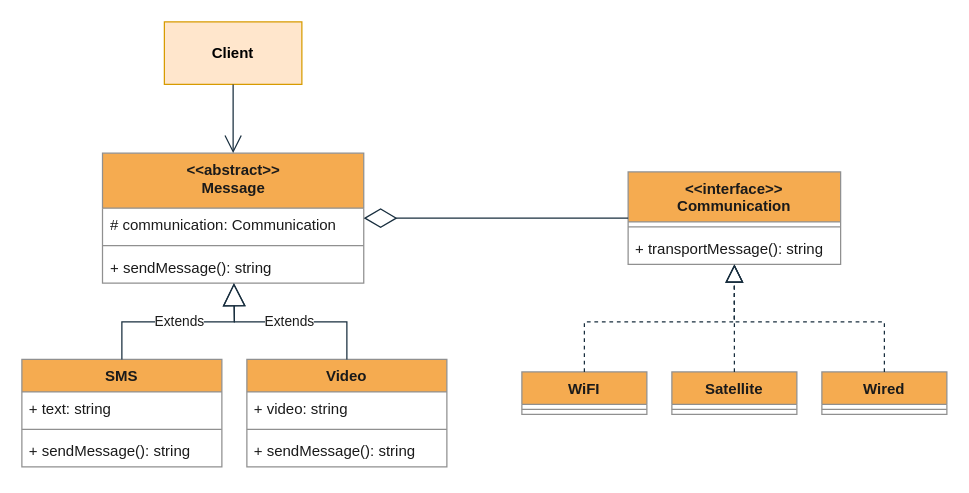
Earlier version of the draw.io diagram diagrams/structural/1bridge.drawio (Vlas1d/BasePatterns). Source tidied: cells renumbered, new cells numbered last; positions are measured from the earlier drawing's top-left corner, leaving out a move shared by most shapes. Both pictures are drawn from the tidied source at 125%, with x=0, y=0 at pixel (21, 21).
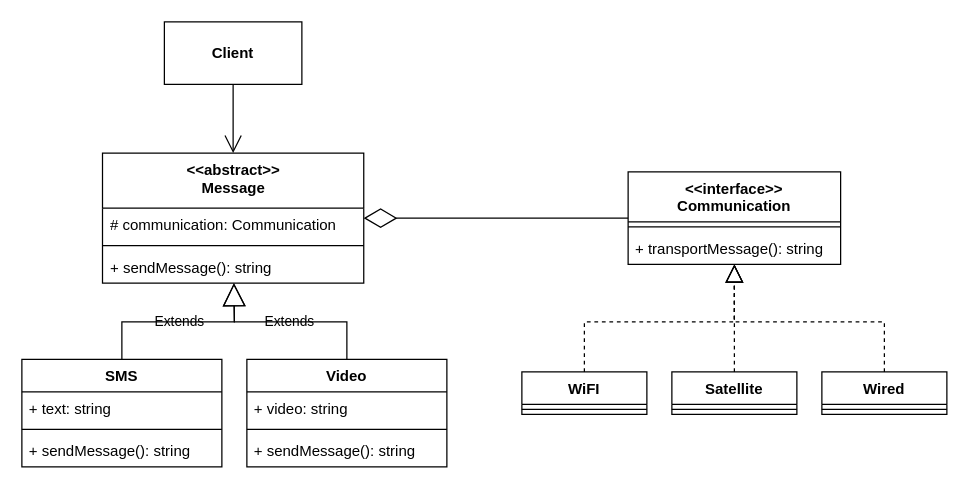
After the change.

Commit message (it also covers changes not shown here):
flyweight (code&diagram)

Change to the diagram source:
```diff
@@
-    <mxCell id="2" value="&lt;b&gt;Client&lt;/b&gt;" style="html=1;whiteSpace=wrap;fillColor=#ffe6cc;strokeColor=#d79b00;labelBackgroundColor=none;" parent="1" vertex="1">
+    <mxCell id="2" value="&lt;b&gt;Client&lt;/b&gt;" style="html=1;whiteSpace=wrap;labelBackgroundColor=none;" parent="1" vertex="1">
       <mxGeometry x="114" width="110" height="50" as="geometry" />
     </mxCell>
-    <mxCell id="3" value="&amp;lt;&amp;lt;abstract&amp;gt;&amp;gt;&lt;br&gt;Message" style="swimlane;fontStyle=1;align=center;verticalAlign=top;horizontal=1;startSize=44;whiteSpace=wrap;html=1;labelBackgroundColor=none;fillColor=#F5AB50;strokeColor=#909090;fontColor=#1A1A1A;" parent="1" vertex="1">
+    <mxCell id="3" value="&amp;lt;&amp;lt;abstract&amp;gt;&amp;gt;&lt;br&gt;Message" style="swimlane;fontStyle=1;align=center;verticalAlign=top;horizontal=1;startSize=44;whiteSpace=wrap;html=1;labelBackgroundColor=none;" parent="1" vertex="1">
       <mxGeometry x="64.5" y="105" width="209" height="104" as="geometry" />
     </mxCell>
-    <mxCell id="4" value="# communication: Communication" style="text;strokeColor=none;fillColor=none;align=left;verticalAlign=top;spacingLeft=4;spacingRight=4;overflow=hidden;whiteSpace=wrap;html=1;labelBackgroundColor=none;fontColor=#1A1A1A;" parent="3" vertex="1">
+    <mxCell id="4" value="# communication: Communication" style="text;strokeColor=none;fillColor=none;align=left;verticalAlign=top;spacingLeft=4;spacingRight=4;overflow=hidden;whiteSpace=wrap;html=1;labelBackgroundColor=none;" parent="3" vertex="1">
       <mxGeometry y="44" width="209" height="26" as="geometry" />
     </mxCell>
-    <mxCell id="5" style="line;strokeWidth=1;fillColor=none;align=left;verticalAlign=middle;spacingTop=-1;spacingLeft=3;spacingRight=3;labelPosition=right;strokeColor=#909090;labelBackgroundColor=none;fontColor=#1A1A1A;" parent="3" vertex="1">
+    <mxCell id="5" style="line;strokeWidth=1;fillColor=none;align=left;verticalAlign=middle;spacingTop=-1;spacingLeft=3;spacingRight=3;labelPosition=right;labelBackgroundColor=none;" parent="3" vertex="1">
       <mxGeometry y="70" width="209" height="8" as="geometry" />
     </mxCell>
-    <mxCell id="6" value="+ sendMessage(): string" style="text;strokeColor=none;fillColor=none;align=left;verticalAlign=top;spacingLeft=4;spacingRight=4;overflow=hidden;whiteSpace=wrap;html=1;labelBackgroundColor=none;fontColor=#1A1A1A;" parent="3" vertex="1">
+    <mxCell id="6" value="+ sendMessage(): string" style="text;strokeColor=none;fillColor=none;align=left;verticalAlign=top;spacingLeft=4;spacingRight=4;overflow=hidden;whiteSpace=wrap;html=1;labelBackgroundColor=none;" parent="3" vertex="1">
       <mxGeometry y="78" width="209" height="26" as="geometry" />
     </mxCell>
-    <mxCell id="7" value="SMS" style="swimlane;fontStyle=1;align=center;verticalAlign=top;horizontal=1;startSize=26;whiteSpace=wrap;html=1;labelBackgroundColor=none;fillColor=#F5AB50;strokeColor=#909090;fontColor=#1A1A1A;" parent="1" vertex="1">
+    <mxCell id="7" value="SMS" style="swimlane;fontStyle=1;align=center;verticalAlign=top;horizontal=1;startSize=26;whiteSpace=wrap;html=1;labelBackgroundColor=none;" parent="1" vertex="1">
       <mxGeometry y="270" width="160" height="86" as="geometry" />
     </mxCell>
-    <mxCell id="8" value="+ text: string" style="text;strokeColor=none;fillColor=none;align=left;verticalAlign=top;spacingLeft=4;spacingRight=4;overflow=hidden;whiteSpace=wrap;html=1;labelBackgroundColor=none;fontColor=#1A1A1A;" parent="7" vertex="1">
+    <mxCell id="8" value="+ text: string" style="text;strokeColor=none;fillColor=none;align=left;verticalAlign=top;spacingLeft=4;spacingRight=4;overflow=hidden;whiteSpace=wrap;html=1;labelBackgroundColor=none;" parent="7" vertex="1">
       <mxGeometry y="26" width="160" height="26" as="geometry" />
     </mxCell>
-    <mxCell id="9" style="line;strokeWidth=1;fillColor=none;align=left;verticalAlign=middle;spacingTop=-1;spacingLeft=3;spacingRight=3;labelPosition=right;strokeColor=#909090;labelBackgroundColor=none;fontColor=#1A1A1A;" parent="7" vertex="1">
+    <mxCell id="9" style="line;strokeWidth=1;fillColor=none;align=left;verticalAlign=middle;spacingTop=-1;spacingLeft=3;spacingRight=3;labelPosition=right;labelBackgroundColor=none;" parent="7" vertex="1">
       <mxGeometry y="52" width="160" height="8" as="geometry" />
     </mxCell>
-    <mxCell id="10" value="+ sendMessage(): string" style="text;strokeColor=none;fillColor=none;align=left;verticalAlign=top;spacingLeft=4;spacingRight=4;overflow=hidden;whiteSpace=wrap;html=1;labelBackgroundColor=none;fontColor=#1A1A1A;" parent="7" vertex="1">
+    <mxCell id="10" value="+ sendMessage(): string" style="text;strokeColor=none;fillColor=none;align=left;verticalAlign=top;spacingLeft=4;spacingRight=4;overflow=hidden;whiteSpace=wrap;html=1;labelBackgroundColor=none;" parent="7" vertex="1">
       <mxGeometry y="60" width="160" height="26" as="geometry" />
     </mxCell>
-    <mxCell id="11" value="Video" style="swimlane;fontStyle=1;align=center;verticalAlign=top;horizontal=1;startSize=26;whiteSpace=wrap;html=1;labelBackgroundColor=none;fillColor=#F5AB50;strokeColor=#909090;fontColor=#1A1A1A;" parent="1" vertex="1">
+    <mxCell id="11" value="Video" style="swimlane;fontStyle=1;align=center;verticalAlign=top;horizontal=1;startSize=26;whiteSpace=wrap;html=1;labelBackgroundColor=none;" parent="1" vertex="1">
       <mxGeometry x="180" y="270" width="160" height="86" as="geometry" />
     </mxCell>
-    <mxCell id="12" value="+ video: string" style="text;strokeColor=none;fillColor=none;align=left;verticalAlign=top;spacingLeft=4;spacingRight=4;overflow=hidden;whiteSpace=wrap;html=1;labelBackgroundColor=none;fontColor=#1A1A1A;" parent="11" vertex="1">
+    <mxCell id="12" value="+ video: string" style="text;strokeColor=none;fillColor=none;align=left;verticalAlign=top;spacingLeft=4;spacingRight=4;overflow=hidden;whiteSpace=wrap;html=1;labelBackgroundColor=none;" parent="11" vertex="1">
       <mxGeometry y="26" width="160" height="26" as="geometry" />
     </mxCell>
-    <mxCell id="13" style="line;strokeWidth=1;fillColor=none;align=left;verticalAlign=middle;spacingTop=-1;spacingLeft=3;spacingRight=3;labelPosition=right;strokeColor=#909090;labelBackgroundColor=none;fontColor=#1A1A1A;" parent="11" vertex="1">
+    <mxCell id="13" style="line;strokeWidth=1;fillColor=none;align=left;verticalAlign=middle;spacingTop=-1;spacingLeft=3;spacingRight=3;labelPosition=right;labelBackgroundColor=none;" parent="11" vertex="1">
       <mxGeometry y="52" width="160" height="8" as="geometry" />
     </mxCell>
-    <mxCell id="14" value="+ sendMessage(): string" style="text;strokeColor=none;fillColor=none;align=left;verticalAlign=top;spacingLeft=4;spacingRight=4;overflow=hidden;whiteSpace=wrap;html=1;labelBackgroundColor=none;fontColor=#1A1A1A;" parent="11" vertex="1">
+    <mxCell id="14" value="+ sendMessage(): string" style="text;strokeColor=none;fillColor=none;align=left;verticalAlign=top;spacingLeft=4;spacingRight=4;overflow=hidden;whiteSpace=wrap;html=1;labelBackgroundColor=none;" parent="11" vertex="1">
       <mxGeometry y="60" width="160" height="26" as="geometry" />
     </mxCell>
-    <mxCell id="15" value="&amp;lt;&amp;lt;interface&amp;gt;&amp;gt;&lt;br&gt;Communication" style="swimlane;fontStyle=1;align=center;verticalAlign=top;horizontal=1;startSize=40;whiteSpace=wrap;html=1;labelBackgroundColor=none;fillColor=#F5AB50;strokeColor=#909090;fontColor=#1A1A1A;" parent="1" vertex="1">
+    <mxCell id="15" value="&amp;lt;&amp;lt;interface&amp;gt;&amp;gt;&lt;br&gt;Communication" style="swimlane;fontStyle=1;align=center;verticalAlign=top;horizontal=1;startSize=40;whiteSpace=wrap;html=1;labelBackgroundColor=none;" parent="1" vertex="1">
       <mxGeometry x="485" y="120" width="170" height="74" as="geometry" />
     </mxCell>
-    <mxCell id="16" style="line;strokeWidth=1;fillColor=none;align=left;verticalAlign=middle;spacingTop=-1;spacingLeft=3;spacingRight=3;labelPosition=right;strokeColor=#909090;labelBackgroundColor=none;fontColor=#1A1A1A;" parent="15" vertex="1">
+    <mxCell id="16" style="line;strokeWidth=1;fillColor=none;align=left;verticalAlign=middle;spacingTop=-1;spacingLeft=3;spacingRight=3;labelPosition=right;labelBackgroundColor=none;" parent="15" vertex="1">
       <mxGeometry y="40" width="170" height="8" as="geometry" />
     </mxCell>
-    <mxCell id="17" value="+ transportMessage(): string" style="text;strokeColor=none;fillColor=none;align=left;verticalAlign=top;spacingLeft=4;spacingRight=4;overflow=hidden;whiteSpace=wrap;html=1;labelBackgroundColor=none;fontColor=#1A1A1A;" parent="15" vertex="1">
+    <mxCell id="17" value="+ transportMessage(): string" style="text;strokeColor=none;fillColor=none;align=left;verticalAlign=top;spacingLeft=4;spacingRight=4;overflow=hidden;whiteSpace=wrap;html=1;labelBackgroundColor=none;" parent="15" vertex="1">
       <mxGeometry y="48" width="170" height="26" as="geometry" />
     </mxCell>
-    <mxCell id="18" value="WiFI" style="swimlane;fontStyle=1;align=center;verticalAlign=top;horizontal=1;startSize=26;whiteSpace=wrap;html=1;labelBackgroundColor=none;fillColor=#F5AB50;strokeColor=#909090;fontColor=#1A1A1A;" parent="1" vertex="1">
+    <mxCell id="18" value="WiFI" style="swimlane;fontStyle=1;align=center;verticalAlign=top;horizontal=1;startSize=26;whiteSpace=wrap;html=1;labelBackgroundColor=none;" parent="1" vertex="1">
       <mxGeometry x="400" y="280" width="100" height="34" as="geometry" />
     </mxCell>
-    <mxCell id="19" style="line;strokeWidth=1;fillColor=none;align=left;verticalAlign=middle;spacingTop=-1;spacingLeft=3;spacingRight=3;labelPosition=right;strokeColor=#909090;labelBackgroundColor=none;fontColor=#1A1A1A;" parent="18" vertex="1">
+    <mxCell id="19" style="line;strokeWidth=1;fillColor=none;align=left;verticalAlign=middle;spacingTop=-1;spacingLeft=3;spacingRight=3;labelPosition=right;labelBackgroundColor=none;" parent="18" vertex="1">
       <mxGeometry y="26" width="100" height="8" as="geometry" />
     </mxCell>
-    <mxCell id="20" value="Satellite" style="swimlane;fontStyle=1;align=center;verticalAlign=top;horizontal=1;startSize=26;whiteSpace=wrap;html=1;labelBackgroundColor=none;fillColor=#F5AB50;strokeColor=#909090;fontColor=#1A1A1A;" parent="1" vertex="1">
+    <mxCell id="20" value="Satellite" style="swimlane;fontStyle=1;align=center;verticalAlign=top;horizontal=1;startSize=26;whiteSpace=wrap;html=1;labelBackgroundColor=none;" parent="1" vertex="1">
       <mxGeometry x="520" y="280" width="100" height="34" as="geometry" />
     </mxCell>
-    <mxCell id="21" style="line;strokeWidth=1;fillColor=none;align=left;verticalAlign=middle;spacingTop=-1;spacingLeft=3;spacingRight=3;labelPosition=right;strokeColor=#909090;labelBackgroundColor=none;fontColor=#1A1A1A;" parent="20" vertex="1">
+    <mxCell id="21" style="line;strokeWidth=1;fillColor=none;align=left;verticalAlign=middle;spacingTop=-1;spacingLeft=3;spacingRight=3;labelPosition=right;labelBackgroundColor=none;" parent="20" vertex="1">
       <mxGeometry y="26" width="100" height="8" as="geometry" />
     </mxCell>
-    <mxCell id="22" value="Wired" style="swimlane;fontStyle=1;align=center;verticalAlign=top;horizontal=1;startSize=26;whiteSpace=wrap;html=1;labelBackgroundColor=none;fillColor=#F5AB50;strokeColor=#909090;fontColor=#1A1A1A;" parent="1" vertex="1">
+    <mxCell id="22" value="Wired" style="swimlane;fontStyle=1;align=center;verticalAlign=top;horizontal=1;startSize=26;whiteSpace=wrap;html=1;labelBackgroundColor=none;" parent="1" vertex="1">
       <mxGeometry x="640" y="280" width="100" height="34" as="geometry" />
     </mxCell>
-    <mxCell id="23" style="line;strokeWidth=1;fillColor=none;align=left;verticalAlign=middle;spacingTop=-1;spacingLeft=3;spacingRight=3;labelPosition=right;strokeColor=#909090;labelBackgroundColor=none;fontColor=#1A1A1A;" parent="22" vertex="1">
+    <mxCell id="23" style="line;strokeWidth=1;fillColor=none;align=left;verticalAlign=middle;spacingTop=-1;spacingLeft=3;spacingRight=3;labelPosition=right;labelBackgroundColor=none;" parent="22" vertex="1">
       <mxGeometry y="26" width="100" height="8" as="geometry" />
     </mxCell>
-    <mxCell id="24" style="endArrow=block;dashed=1;endFill=0;endSize=12;html=1;rounded=0;strokeColor=#182E3E;fontColor=#1A1A1A;" parent="1" edge="1" source="18" target="15">
+    <mxCell id="24" style="endArrow=block;dashed=1;endFill=0;endSize=12;html=1;rounded=0;fontColor=default;labelBackgroundColor=none;" parent="1" edge="1" source="18" target="15">
       <mxGeometry relative="1" as="geometry">
         <Array as="points">
           <mxPoint x="450" y="240" />
           <mxPoint x="570" y="240" />
         </Array>
       </mxGeometry>
     </mxCell>
-    <mxCell id="25" style="endArrow=block;dashed=1;endFill=0;endSize=12;html=1;rounded=0;strokeColor=#182E3E;fontColor=#1A1A1A;" parent="1" edge="1" source="22" target="15">
+    <mxCell id="25" style="endArrow=block;dashed=1;endFill=0;endSize=12;html=1;rounded=0;fontColor=default;labelBackgroundColor=none;" parent="1" edge="1" source="22" target="15">
       <mxGeometry relative="1" as="geometry">
         <Array as="points">
           <mxPoint x="690" y="240" />
           <mxPoint x="570" y="240" />
         </Array>
       </mxGeometry>
     </mxCell>
-    <mxCell id="26" style="endArrow=block;dashed=1;endFill=0;endSize=12;html=1;rounded=0;strokeColor=#182E3E;fontColor=#1A1A1A;" parent="1" edge="1" source="20" target="15">
+    <mxCell id="26" style="endArrow=block;dashed=1;endFill=0;endSize=12;html=1;rounded=0;fontColor=default;labelBackgroundColor=none;" parent="1" edge="1" source="20" target="15">
       <mxGeometry relative="1" as="geometry" />
     </mxCell>
-    <mxCell id="27" style="endArrow=diamondThin;endFill=0;endSize=24;html=1;rounded=0;strokeColor=#182E3E;fontColor=#1A1A1A;" parent="1" edge="1" source="15" target="3">
+    <mxCell id="27" style="endArrow=diamondThin;endFill=0;endSize=24;html=1;rounded=0;fontColor=default;labelBackgroundColor=none;" parent="1" edge="1" source="15" target="3">
       <mxGeometry relative="1" as="geometry" />
     </mxCell>
-    <mxCell id="28" style="endArrow=open;endFill=1;endSize=12;html=1;rounded=0;strokeColor=#182E3E;fontColor=#1A1A1A;" parent="1" edge="1" source="2" target="3">
+    <mxCell id="28" style="endArrow=open;endFill=1;endSize=12;html=1;rounded=0;fontColor=default;labelBackgroundColor=none;" parent="1" edge="1" source="2" target="3">
       <mxGeometry relative="1" as="geometry" />
     </mxCell>
-    <mxCell id="29" value="Extends" style="endArrow=block;endSize=16;endFill=0;html=1;rounded=0;strokeColor=#182E3E;fontColor=#1A1A1A;" parent="1" edge="1" source="7" target="3">
+    <mxCell id="29" value="Extends" style="endArrow=block;endSize=16;endFill=0;html=1;rounded=0;fontColor=default;labelBackgroundColor=none;" parent="1" edge="1" source="7" target="3">
       <mxGeometry relative="1" as="geometry">
         <Array as="points">
           <mxPoint x="80" y="240" />
           <mxPoint x="170" y="240" />
         </Array>
       </mxGeometry>
     </mxCell>
-    <mxCell id="30" value="Extends" style="endArrow=block;endSize=16;endFill=0;html=1;rounded=0;strokeColor=#182E3E;fontColor=#1A1A1A;" parent="1" edge="1" source="11" target="3">
+    <mxCell id="30" value="Extends" style="endArrow=block;endSize=16;endFill=0;html=1;rounded=0;fontColor=default;labelBackgroundColor=none;" parent="1" edge="1" source="11" target="3">
       <mxGeometry relative="1" as="geometry">
         <Array as="points">
           <mxPoint x="260" y="240" />
           <mxPoint x="170" y="240" />
         </Array>
       </mxGeometry>
     </mxCell>
```
